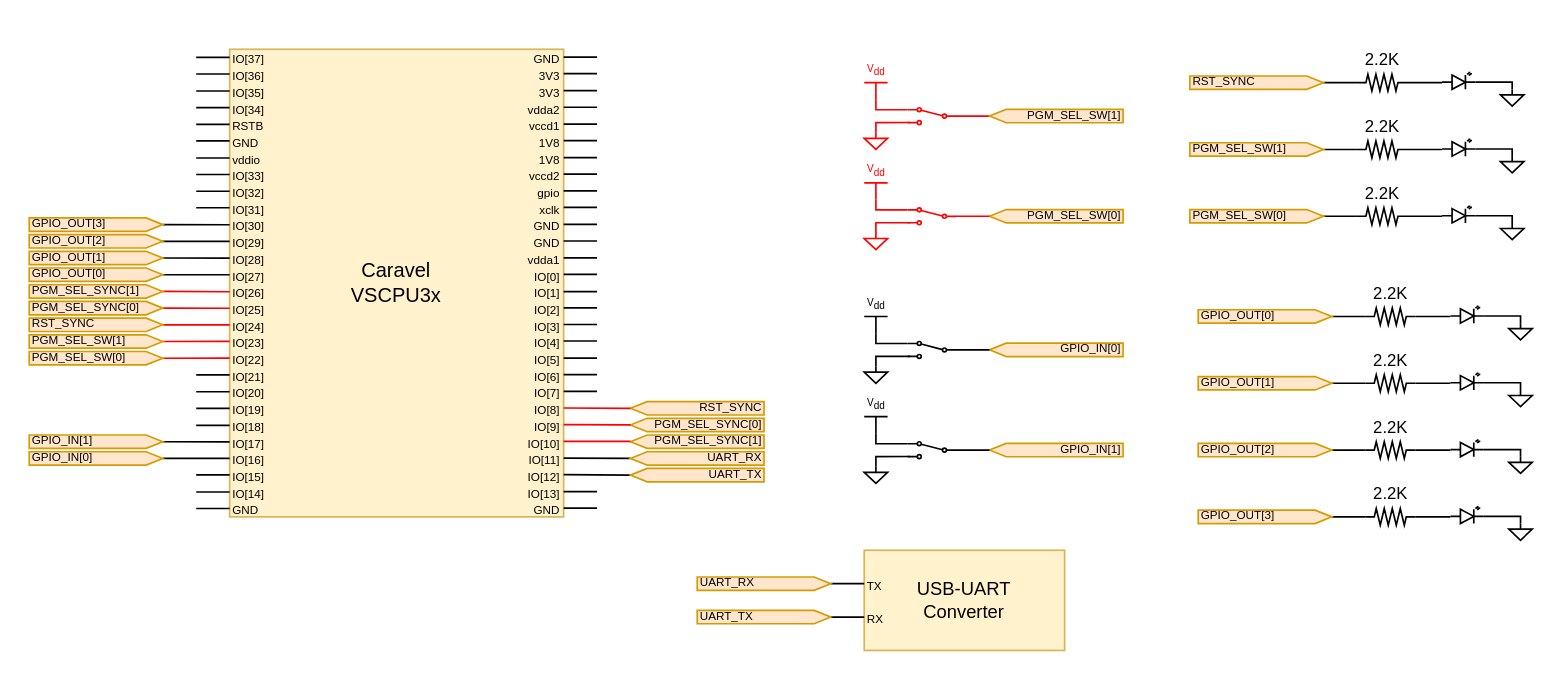
BYCakar/caravel_vscpu3x_board keeps this draw.io diagram as vscpu3x_docs/VSCPU3x_Connections.drawio. Above is the earlier version. Source tidied: cells renumbered, new cells numbered last; positions are measured from the earlier drawing's top-left corner, leaving out a move shared by most shapes. Both pictures are drawn from the tidied source at 167%, with x=0, y=0 at pixel (28, 48).
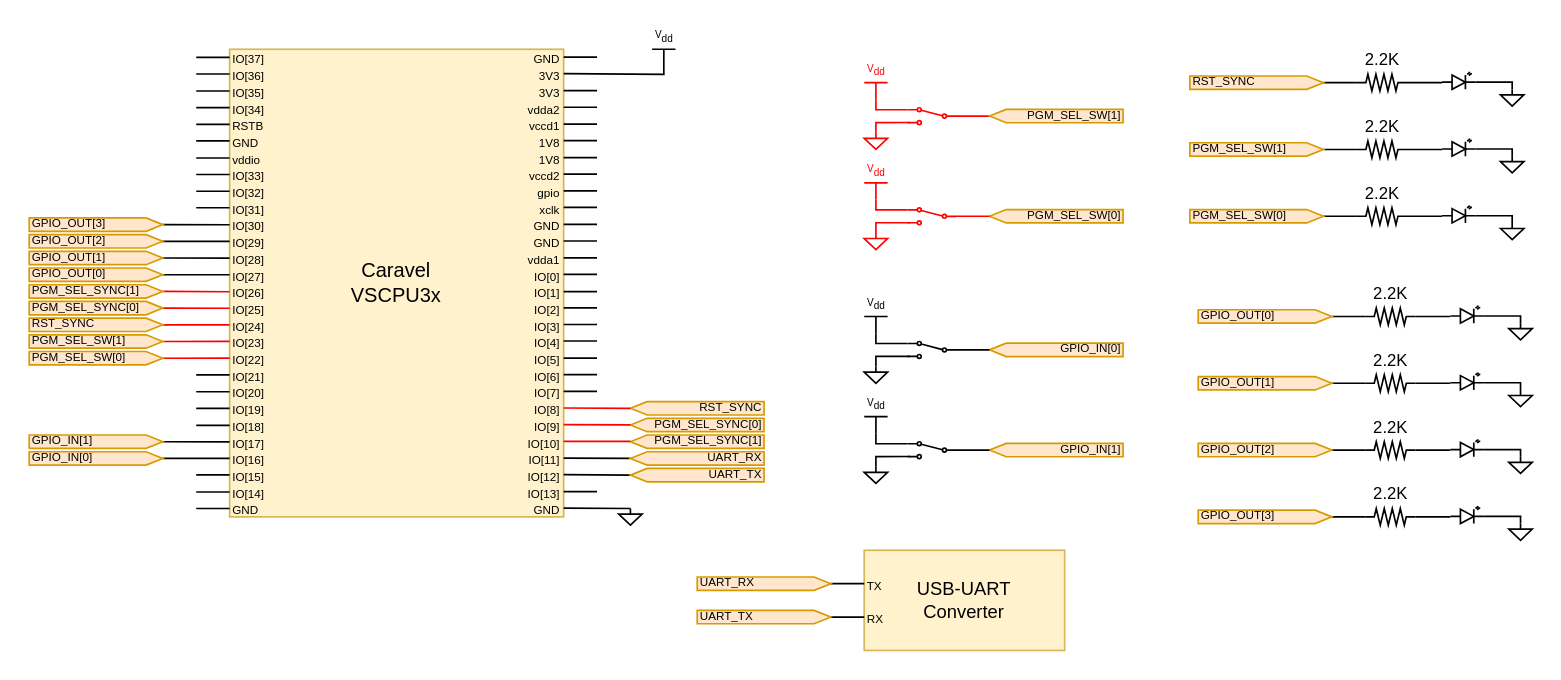
Above is the later version.

Change to the diagram source:
```diff
@@
-    <mxCell id="87" style="endArrow=none;html=1;rounded=0;" parent="1" edge="1">
+    <mxCell id="87" style="endArrow=none;html=1;rounded=0;exitX=0.5;exitY=0;exitDx=0;exitDy=0;exitPerimeter=0;" parent="1" edge="1" source="216">
       <mxGeometry relative="1" as="geometry">
-        <mxPoint x="340" y="14.6" as="sourcePoint" />
         <mxPoint x="320" y="14.6" as="targetPoint" />
+        <Array as="points">
+          <mxPoint x="380" y="15" />
+        </Array>
       </mxGeometry>
     </mxCell>
@@
     <mxCell id="110" style="endArrow=none;html=1;rounded=0;" parent="1" edge="1">
       <mxGeometry relative="1" as="geometry">
-        <mxPoint x="340" y="274.8" as="sourcePoint" />
+        <mxPoint x="360" y="275" as="sourcePoint" />
         <mxPoint x="320" y="274.8" as="targetPoint" />
       </mxGeometry>
     </mxCell>
@@
+    <mxCell id="215" style="verticalLabelPosition=bottom;shadow=0;dashed=0;align=center;html=1;verticalAlign=top;shape=mxgraph.electrical.signal_sources.signal_ground;strokeColor=#000000;fontColor=#ff0000;" parent="1" vertex="1">
+      <mxGeometry x="353" y="275" width="14" height="10" as="geometry" />
+    </mxCell>
+    <mxCell id="216" value="&lt;div align=&quot;center&quot; style=&quot;font-size: 6px;&quot;&gt;&lt;font style=&quot;font-size: 6px;&quot;&gt;V&lt;sub style=&quot;font-size: 6px;&quot;&gt;dd&lt;/sub&gt;&lt;/font&gt;&lt;/div&gt;" style="verticalLabelPosition=top;verticalAlign=bottom;shape=mxgraph.electrical.signal_sources.vdd;shadow=0;dashed=0;align=center;strokeWidth=1;fontSize=6;html=1;flipV=1;strokeColor=#000000;fontColor=#000000;" parent="1" vertex="1">
+      <mxGeometry x="373" width="14" height="10" as="geometry" />
+    </mxCell>
```
